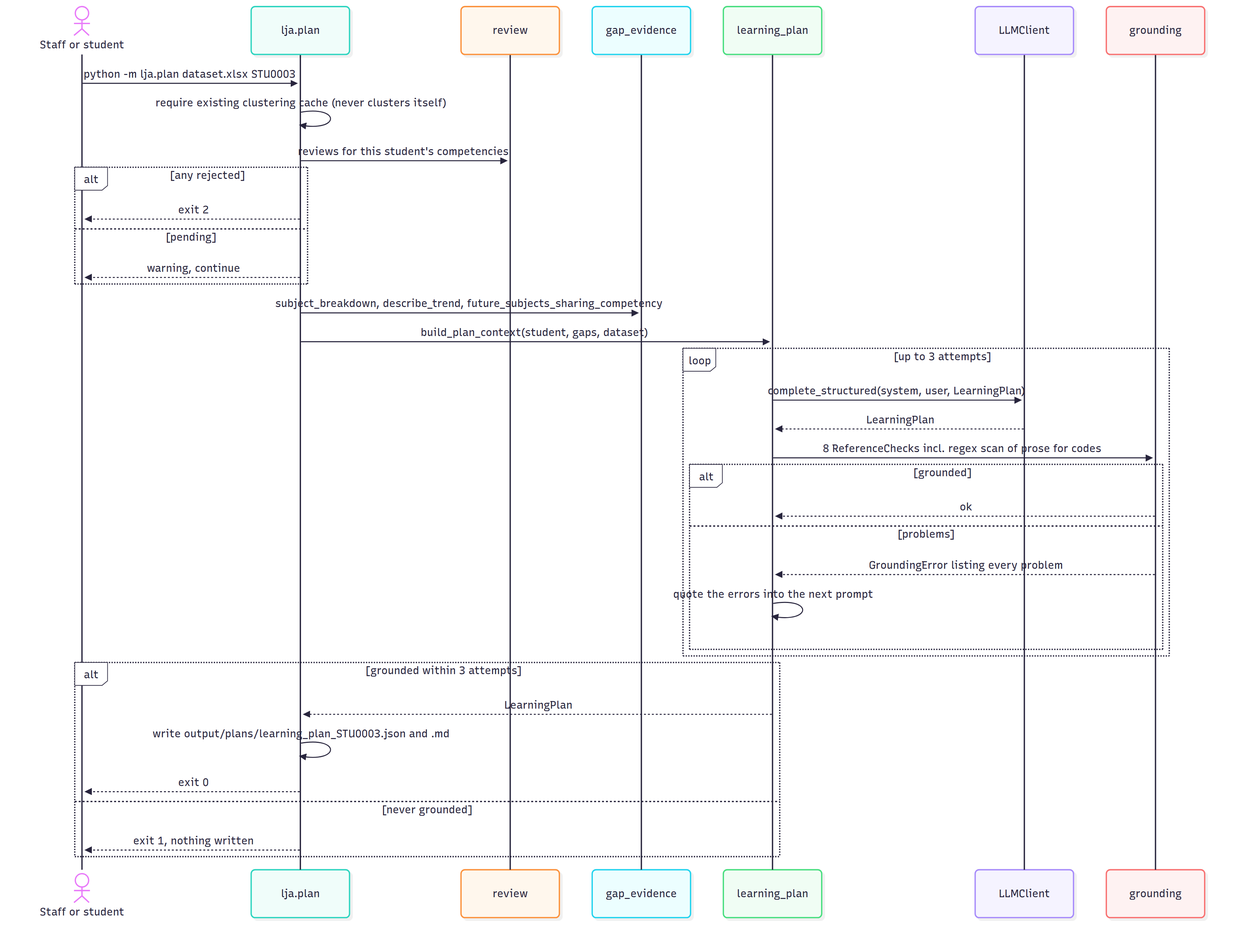
Before: docs/handover/diagrams/05-seq-learning-plan.png, a diagram exported from Mermaid (yetanotherpassword/LearningJourneyAssistant). Its source is kept beside it as docs/handover/diagrams/05-seq-learning-plan.mmd.
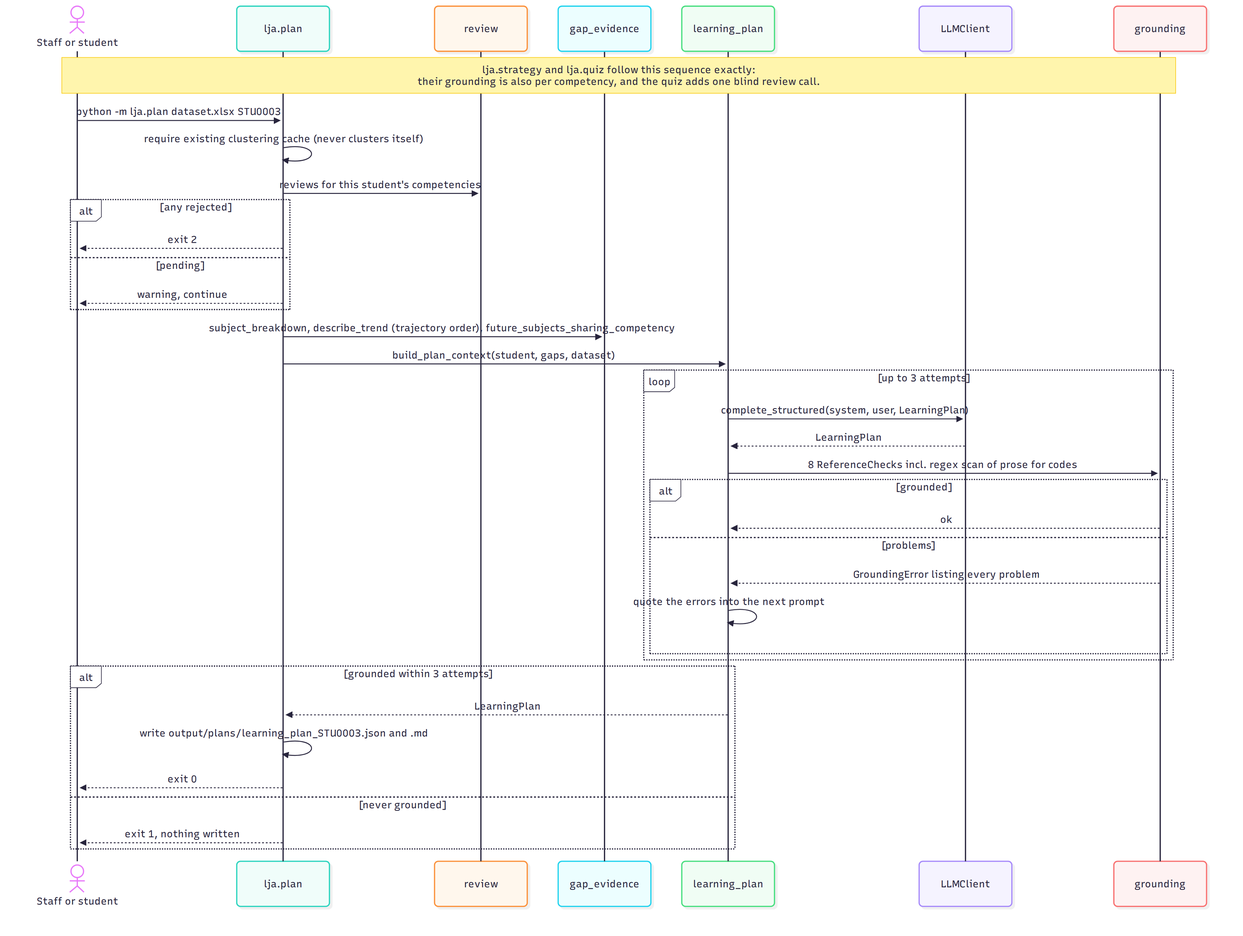
The same file after the commit.

Change to the diagram source:
```diff
@@ -7,6 +7,7 @@
     participant LLM as LLMClient
     participant GR as grounding
 
+    Note over U,GR: lja.strategy and lja.quiz follow this sequence exactly:<br/>their grounding is also per competency, and the quiz adds one blind review call.
     U->>P: python -m lja.plan dataset.xlsx STU0003
     P->>P: require existing clustering cache (never clusters itself)
     P->>RV: reviews for this student's competencies
@@ -15,7 +16,7 @@
     else pending
         P-->>U: warning, continue
     end
-    P->>GE: subject_breakdown, describe_trend, future_subjects_sharing_competency
+    P->>GE: subject_breakdown, describe_trend (trajectory order), future_subjects_sharing_competency
     P->>LP: build_plan_context(student, gaps, dataset)
     loop up to 3 attempts
         LP->>LLM: complete_structured(system, user, LearningPlan)
```
